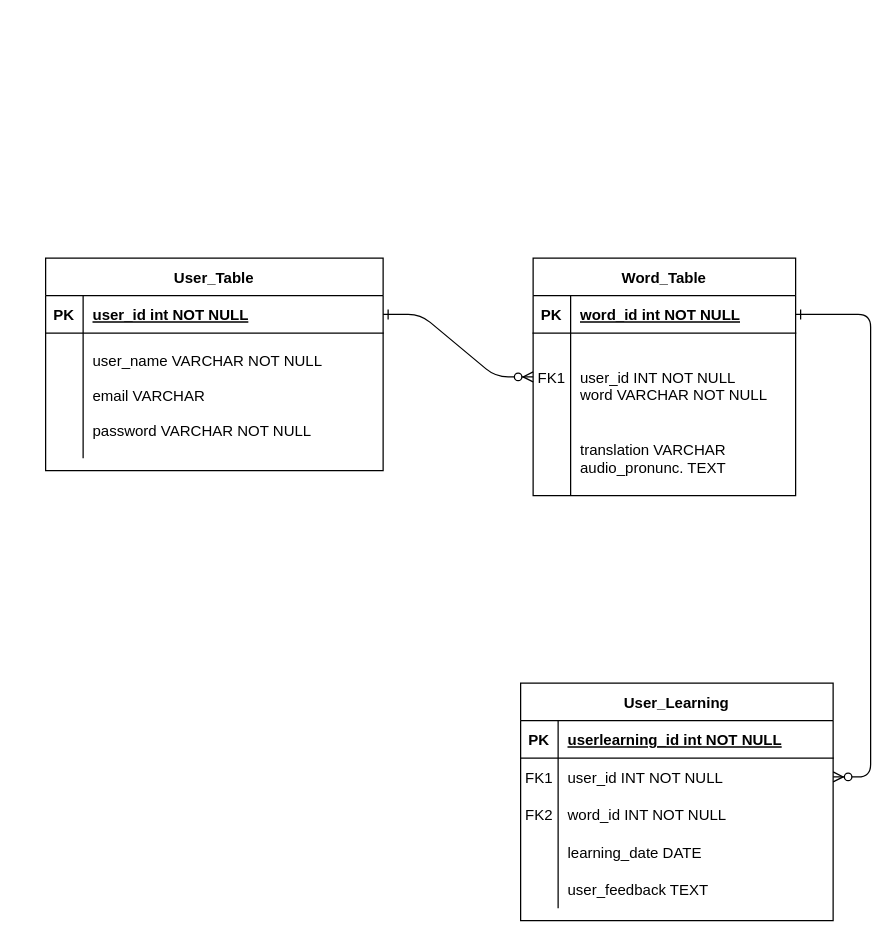
The draw.io diagram database.drawio in xiangxiang3451/Qt_myApplication, before the edit. Source tidied: cells renumbered, new cells numbered last; positions are measured from the earlier drawing's top-left corner, leaving out a move shared by most shapes. Both pictures are drawn from the tidied source at 125%, with x=0, y=0 at pixel (45, 258).
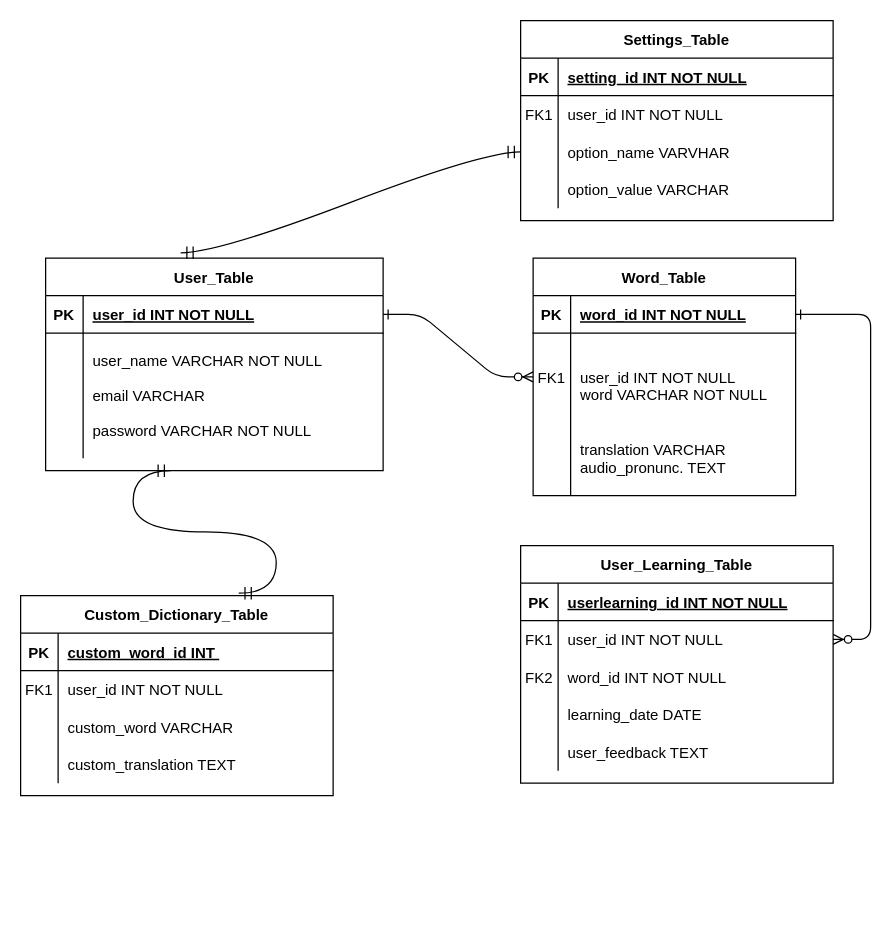
The same diagram, later.

Unchanged cells that the change refers to:
```xml
<mxCell id="5" style="shape=partialRectangle;fillColor=none;points=[[0,0.5],[1,0.5]];portConstraint=eastwest;top=0;left=0;right=0;bottom=1;" parent="4" vertex="1">
  <mxGeometry y="30" width="210" height="30" as="geometry" />
</mxCell>
<mxCell id="15" style="shape=partialRectangle;fillColor=none;top=0;left=0;right=0;bottom=1;" parent="14" vertex="1">
  <mxGeometry y="30" width="250" height="30" as="geometry" />
</mxCell>
<mxCell id="30" value="User_Table" style="shape=table;startSize=30;childLayout=tableLayout;rowLines=0;fontStyle=1;align=center;" parent="1" vertex="1">
  <mxGeometry width="270" height="170" as="geometry" />
</mxCell>
<mxCell id="31" style="shape=partialRectangle;fillColor=none;points=[[0,0.5],[1,0.5]];portConstraint=eastwest;top=0;left=0;right=0;bottom=1;" parent="30" vertex="1">
  <mxGeometry y="30" width="270" height="30" as="geometry" />
</mxCell>
```

Diff of the diagram source:
```diff
@@
-    <mxCell id="7" value="word_id int NOT NULL " style="shape=partialRectangle;overflow=hidden;fillColor=none;top=0;left=0;bottom=0;right=0;align=left;spacingLeft=6;fontStyle=5;" parent="5" vertex="1">
+    <mxCell id="7" value="word_id INT NOT NULL " style="shape=partialRectangle;overflow=hidden;fillColor=none;top=0;left=0;bottom=0;right=0;align=left;spacingLeft=6;fontStyle=5;" parent="5" vertex="1">
       <mxGeometry x="30" width="180" height="30" as="geometry" />
     </mxCell>
@@
-    <mxCell id="14" value="User_Learning" style="shape=table;startSize=30;childLayout=tableLayout;rowLines=0;fontStyle=1;align=center;" parent="1" vertex="1">
-      <mxGeometry x="380" y="340" width="250" height="190" as="geometry" />
+    <mxCell id="14" value="User_Learning_Table" style="shape=table;startSize=30;childLayout=tableLayout;rowLines=0;fontStyle=1;align=center;" parent="1" vertex="1">
+      <mxGeometry x="380" y="230" width="250" height="190" as="geometry" />
     </mxCell>
@@
-    <mxCell id="17" value="userlearning_id int NOT NULL " style="shape=partialRectangle;overflow=hidden;fillColor=none;top=0;left=0;bottom=0;right=0;align=left;spacingLeft=6;fontStyle=5;" parent="15" vertex="1">
+    <mxCell id="17" value="userlearning_id INT NOT NULL " style="shape=partialRectangle;overflow=hidden;fillColor=none;top=0;left=0;bottom=0;right=0;align=left;spacingLeft=6;fontStyle=5;" parent="15" vertex="1">
       <mxGeometry x="30" width="220" height="30" as="geometry" />
     </mxCell>
@@
-    <mxCell id="33" value="user_id int NOT NULL " style="shape=partialRectangle;overflow=hidden;fillColor=none;top=0;left=0;bottom=0;right=0;align=left;spacingLeft=6;fontStyle=5;" parent="31" vertex="1">
+    <mxCell id="33" value="user_id INT NOT NULL " style="shape=partialRectangle;overflow=hidden;fillColor=none;top=0;left=0;bottom=0;right=0;align=left;spacingLeft=6;fontStyle=5;" parent="31" vertex="1">
       <mxGeometry x="30" width="240" height="30" as="geometry" />
     </mxCell>
@@
+    <mxCell id="37" value="Settings_Table" style="shape=table;startSize=30;childLayout=tableLayout;rowLines=0;fontStyle=1;align=center;" parent="1" vertex="1">
+      <mxGeometry x="380" y="-190" width="250" height="160" as="geometry" />
+    </mxCell>
+    <mxCell id="38" style="shape=partialRectangle;fillColor=none;top=0;left=0;right=0;bottom=1;" parent="37" vertex="1">
+      <mxGeometry y="30" width="250" height="30" as="geometry" />
+    </mxCell>
+    <mxCell id="39" value="PK" style="shape=partialRectangle;overflow=hidden;fillColor=none;top=0;left=0;bottom=0;right=0;fontStyle=1;" parent="38" vertex="1">
+      <mxGeometry width="30" height="30" as="geometry" />
+    </mxCell>
+    <mxCell id="40" value="setting_id INT NOT NULL " style="shape=partialRectangle;overflow=hidden;fillColor=none;top=0;left=0;bottom=0;right=0;align=left;spacingLeft=6;fontStyle=5;" parent="38" vertex="1">
+      <mxGeometry x="30" width="220" height="30" as="geometry" />
+    </mxCell>
+    <mxCell id="41" style="shape=partialRectangle;fillColor=none;top=0;left=0;right=0;bottom=0;" parent="37" vertex="1">
+      <mxGeometry y="60" width="250" height="30" as="geometry" />
+    </mxCell>
+    <mxCell id="42" value="FK1" style="shape=partialRectangle;overflow=hidden;fillColor=none;top=0;left=0;bottom=0;right=0;" parent="41" vertex="1">
+      <mxGeometry width="30" height="30" as="geometry" />
+    </mxCell>
+    <mxCell id="43" value="user_id INT NOT NULL" style="shape=partialRectangle;overflow=hidden;fillColor=none;top=0;left=0;bottom=0;right=0;align=left;spacingLeft=6;" parent="41" vertex="1">
+      <mxGeometry x="30" width="220" height="30" as="geometry" />
+    </mxCell>
+    <mxCell id="44" style="shape=partialRectangle;fillColor=none;points=[[0,0.5],[1,0.5]];portConstraint=eastwest;top=0;left=0;right=0;bottom=0;" parent="37" vertex="1">
+      <mxGeometry y="90" width="250" height="30" as="geometry" />
+    </mxCell>
+    <mxCell id="45" style="shape=partialRectangle;overflow=hidden;fillColor=none;top=0;left=0;bottom=0;right=0;" parent="44" vertex="1">
+      <mxGeometry width="30" height="30" as="geometry" />
+    </mxCell>
+    <mxCell id="46" value="option_name VARVHAR" style="shape=partialRectangle;overflow=hidden;fillColor=none;top=0;left=0;bottom=0;right=0;align=left;spacingLeft=6;" parent="44" vertex="1">
+      <mxGeometry x="30" width="220" height="30" as="geometry" />
+    </mxCell>
+    <mxCell id="47" style="shape=partialRectangle;fillColor=none;top=0;left=0;right=0;bottom=0;" parent="37" vertex="1">
+      <mxGeometry y="120" width="250" height="30" as="geometry" />
+    </mxCell>
+    <mxCell id="48" style="shape=partialRectangle;overflow=hidden;fillColor=none;top=0;left=0;bottom=0;right=0;" parent="47" vertex="1">
+      <mxGeometry width="30" height="30" as="geometry" />
+    </mxCell>
+    <mxCell id="49" value="option_value VARCHAR" style="shape=partialRectangle;overflow=hidden;fillColor=none;top=0;left=0;bottom=0;right=0;align=left;spacingLeft=6;" parent="47" vertex="1">
+      <mxGeometry x="30" width="220" height="30" as="geometry" />
+    </mxCell>
+    <mxCell id="50" style="edgeStyle=entityRelationEdgeStyle;fontSize=12;html=1;endArrow=ERmandOne;startArrow=ERmandOne;rounded=0;startSize=8;endSize=8;curved=1;entryX=0;entryY=0.5;entryDx=0;entryDy=0;exitX=0.4;exitY=-0.025;exitDx=0;exitDy=0;exitPerimeter=0;" parent="1" edge="1" source="30" target="44">
+      <mxGeometry relative="1" as="geometry" />
+    </mxCell>
+    <mxCell id="51" value="Custom_Dictionary_Table" style="shape=table;startSize=30;childLayout=tableLayout;rowLines=0;fontStyle=1;align=center;" parent="1" vertex="1">
+      <mxGeometry x="-20" y="270" width="250" height="160" as="geometry" />
+    </mxCell>
+    <mxCell id="52" style="shape=partialRectangle;fillColor=none;top=0;left=0;right=0;bottom=1;" parent="51" vertex="1">
+      <mxGeometry y="30" width="250" height="30" as="geometry" />
+    </mxCell>
+    <mxCell id="53" value="PK" style="shape=partialRectangle;overflow=hidden;fillColor=none;top=0;left=0;bottom=0;right=0;fontStyle=1;" parent="52" vertex="1">
+      <mxGeometry width="30" height="30" as="geometry" />
+    </mxCell>
+    <mxCell id="54" value="custom_word_id INT " style="shape=partialRectangle;overflow=hidden;fillColor=none;top=0;left=0;bottom=0;right=0;align=left;spacingLeft=6;fontStyle=5;" parent="52" vertex="1">
+      <mxGeometry x="30" width="220" height="30" as="geometry" />
+    </mxCell>
+    <mxCell id="55" style="shape=partialRectangle;fillColor=none;top=0;left=0;right=0;bottom=0;" parent="51" vertex="1">
+      <mxGeometry y="60" width="250" height="30" as="geometry" />
+    </mxCell>
+    <mxCell id="56" value="FK1" style="shape=partialRectangle;overflow=hidden;fillColor=none;top=0;left=0;bottom=0;right=0;" parent="55" vertex="1">
+      <mxGeometry width="30" height="30" as="geometry" />
+    </mxCell>
+    <mxCell id="57" value="user_id INT NOT NULL" style="shape=partialRectangle;overflow=hidden;fillColor=none;top=0;left=0;bottom=0;right=0;align=left;spacingLeft=6;" parent="55" vertex="1">
+      <mxGeometry x="30" width="220" height="30" as="geometry" />
+    </mxCell>
+    <mxCell id="58" style="shape=partialRectangle;fillColor=none;top=0;left=0;right=0;bottom=0;" parent="51" vertex="1">
+      <mxGeometry y="90" width="250" height="30" as="geometry" />
+    </mxCell>
+    <mxCell id="59" style="shape=partialRectangle;overflow=hidden;fillColor=none;top=0;left=0;bottom=0;right=0;" parent="58" vertex="1">
+      <mxGeometry width="30" height="30" as="geometry" />
+    </mxCell>
+    <mxCell id="60" value="custom_word VARCHAR" style="shape=partialRectangle;overflow=hidden;fillColor=none;top=0;left=0;bottom=0;right=0;align=left;spacingLeft=6;" parent="58" vertex="1">
+      <mxGeometry x="30" width="220" height="30" as="geometry" />
+    </mxCell>
+    <mxCell id="61" style="shape=partialRectangle;fillColor=none;top=0;left=0;right=0;bottom=0;" parent="51" vertex="1">
+      <mxGeometry y="120" width="250" height="30" as="geometry" />
+    </mxCell>
+    <mxCell id="62" style="shape=partialRectangle;overflow=hidden;fillColor=none;top=0;left=0;bottom=0;right=0;" parent="61" vertex="1">
+      <mxGeometry width="30" height="30" as="geometry" />
+    </mxCell>
+    <mxCell id="63" value="custom_translation TEXT " style="shape=partialRectangle;overflow=hidden;fillColor=none;top=0;left=0;bottom=0;right=0;align=left;spacingLeft=6;" parent="61" vertex="1">
+      <mxGeometry x="30" width="220" height="30" as="geometry" />
+    </mxCell>
+    <mxCell id="64" style="edgeStyle=entityRelationEdgeStyle;fontSize=12;html=1;endArrow=ERmandOne;startArrow=ERmandOne;rounded=0;startSize=8;endSize=8;curved=1;exitX=0.698;exitY=-0.012;exitDx=0;exitDy=0;exitPerimeter=0;" parent="1" edge="1" source="51">
+      <mxGeometry relative="1" as="geometry">
+        <mxPoint x="100" y="170" as="targetPoint" />
+      </mxGeometry>
+    </mxCell>
```
